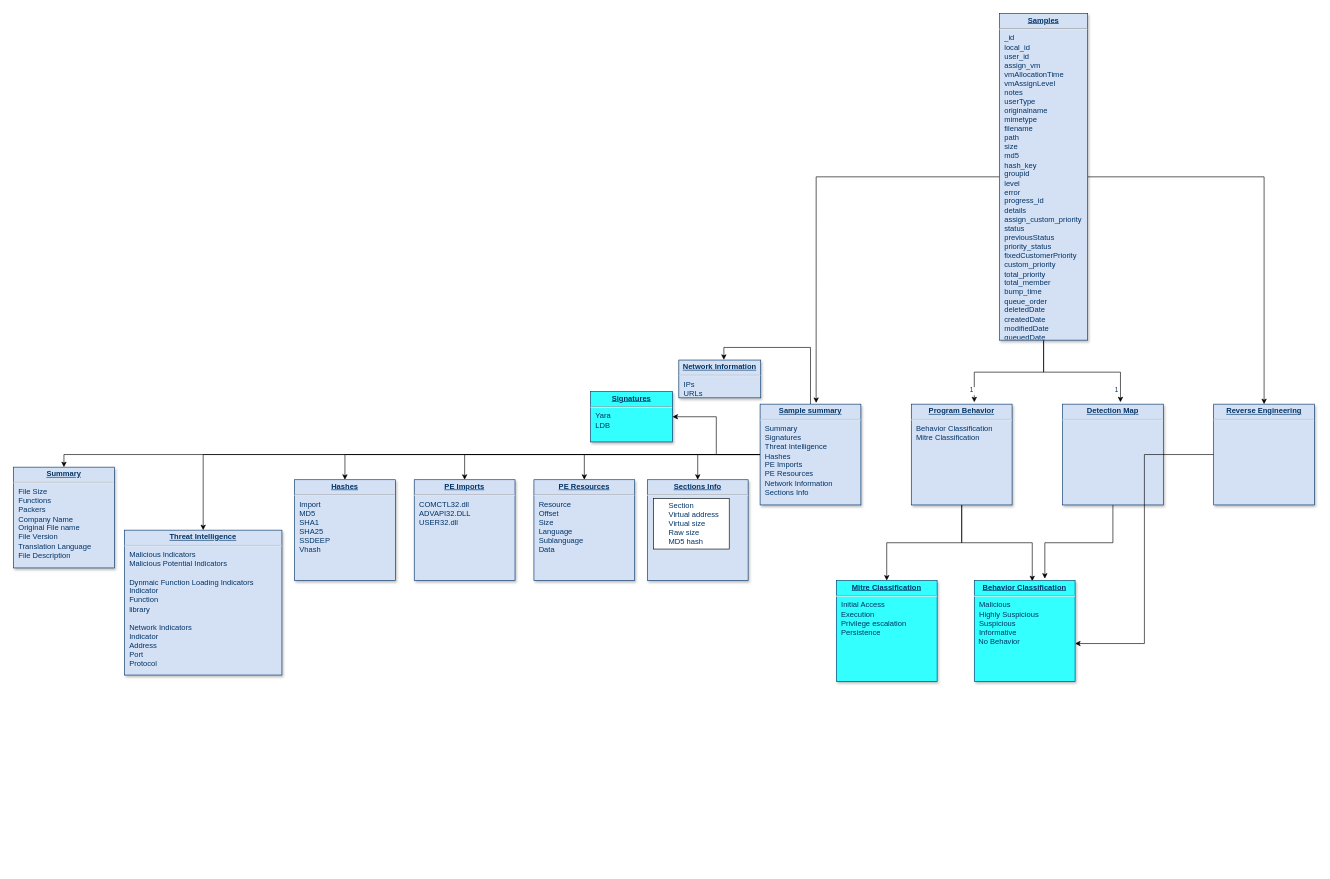
ayonsaha2011/actix-web-rest-api-with-jwt keeps this draw.io diagram as Untitled Diagram.drawio. Above is the earlier version. Source tidied: cells renumbered, new cells numbered last; positions are measured from the earlier drawing's top-left corner, leaving out a move shared by most shapes. Both pictures are drawn from the tidied source at 63%, with x=0, y=0 at pixel (13, 13).
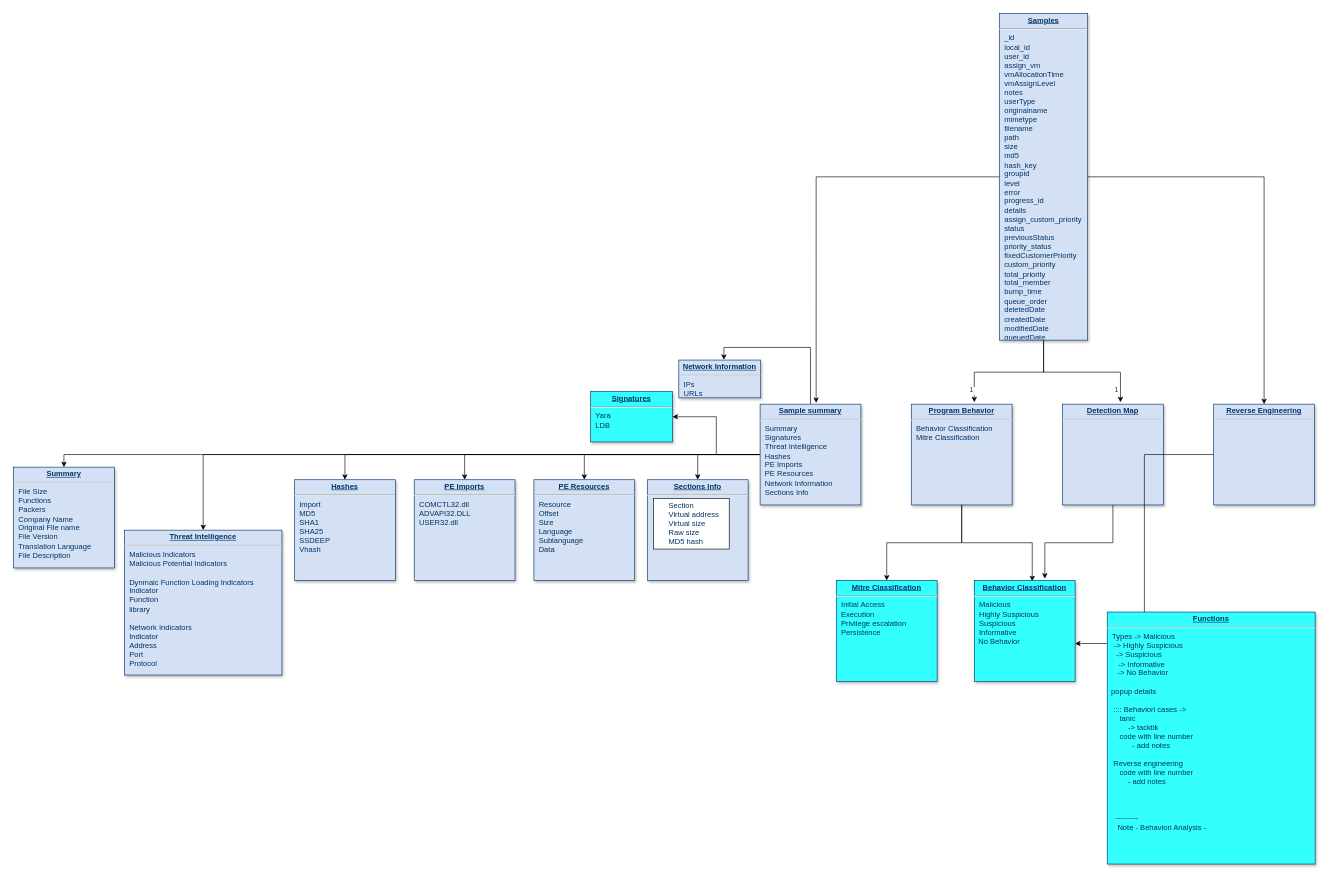
The same diagram, later.

Diff of the diagram source:
```diff
@@
+    <mxCell id="36" value="&lt;p style=&quot;margin: 4px 0px 0px ; text-align: center&quot;&gt;&lt;b&gt;&lt;u&gt;Functions&lt;/u&gt;&lt;/b&gt;&lt;br&gt;&lt;/p&gt;&lt;hr&gt;&lt;p style=&quot;margin: 0px ; margin-left: 8px&quot;&gt;Types -&amp;gt; Malicious&lt;br&gt;&lt;/p&gt;&lt;p style=&quot;margin: 0px ; margin-left: 8px&quot;&gt;&amp;nbsp;-&amp;gt; Highly Suspicious&lt;br&gt;&lt;/p&gt;&lt;p style=&quot;margin: 0px ; margin-left: 8px&quot;&gt;&amp;nbsp; -&amp;gt; Suspicious&lt;br&gt;&lt;/p&gt;&lt;p style=&quot;margin: 0px ; margin-left: 8px&quot;&gt;&amp;nbsp; &amp;nbsp;-&amp;gt; Informative&lt;br&gt;&lt;/p&gt;&lt;p style=&quot;margin: 0px ; margin-left: 8px&quot;&gt;&lt;/p&gt;&amp;nbsp; &amp;nbsp; &amp;nbsp;-&amp;gt; No Behavior&lt;br&gt;&lt;br&gt;&amp;nbsp; popup details&lt;br&gt;&lt;br&gt;&amp;nbsp; &amp;nbsp;:::: Behaviori cases -&amp;gt;&amp;nbsp;&lt;br&gt;&amp;nbsp; &amp;nbsp; &amp;nbsp; tanic&amp;nbsp;&lt;br&gt;&amp;nbsp; &amp;nbsp; &amp;nbsp; &amp;nbsp; &amp;nbsp; -&amp;gt; tacktik&lt;br&gt;&amp;nbsp; &amp;nbsp; &amp;nbsp; code with line number&lt;br&gt;&amp;nbsp; &amp;nbsp; &amp;nbsp; &amp;nbsp; &amp;nbsp;&amp;nbsp;&amp;nbsp; - add notes&lt;br&gt;&lt;br&gt;&amp;nbsp; &amp;nbsp;Reverse engineering&lt;br&gt;&amp;nbsp; &amp;nbsp; &amp;nbsp; code&amp;nbsp;with line number&lt;br&gt;&amp;nbsp; &amp;nbsp; &amp;nbsp; &amp;nbsp; &amp;nbsp; - add notes&lt;br&gt;&amp;nbsp;&amp;nbsp;&lt;br&gt;&lt;br&gt;&lt;br&gt;&amp;nbsp; &amp;nbsp; ---------&lt;br&gt;&amp;nbsp; &amp;nbsp; &amp;nbsp;Note - Behaviori Analysis -" style="verticalAlign=top;align=left;overflow=fill;fontSize=12;fontFamily=Helvetica;html=1;strokeColor=#003366;shadow=1;fillColor=#33FFFF;fontColor=#003366;" parent="1" vertex="1">
+      <mxGeometry x="1736" y="950" width="330" height="400" as="geometry" />
+    </mxCell>
```
